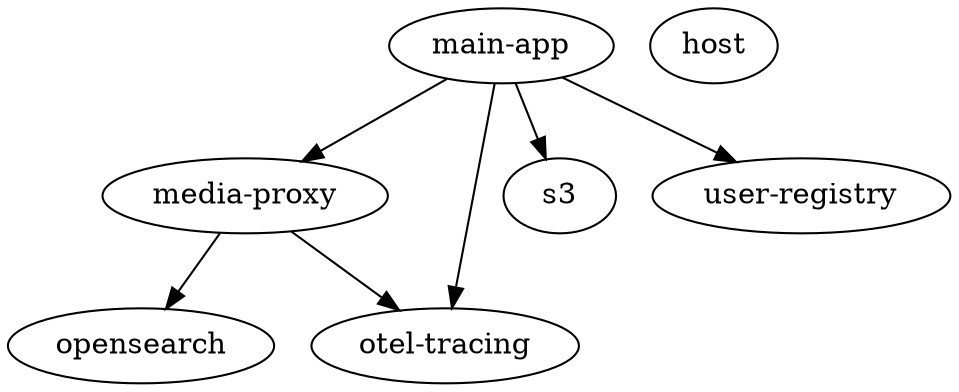
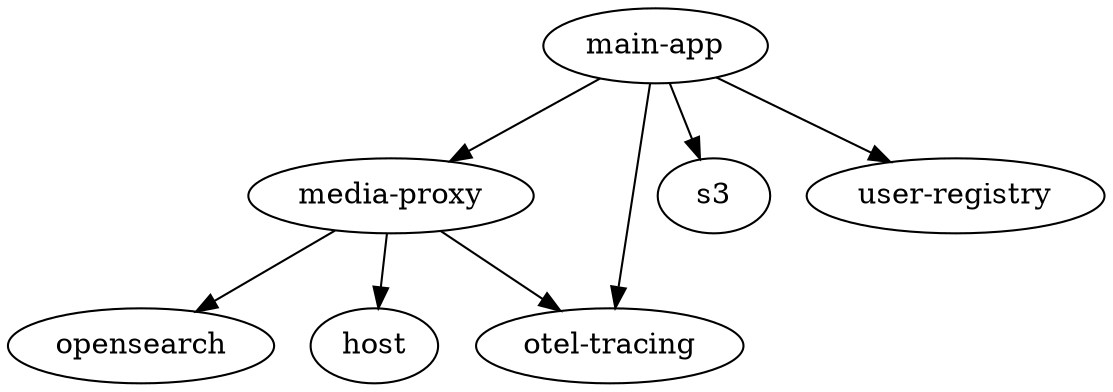
digraph
{
  "main-app"
  "media-proxy"
  "opensearch"
  "otel-tracing"
  "s3"
  "user-registry"
  "host"
  "main-app" -> "media-proxy"
  "main-app" -> "otel-tracing"
  "main-app" -> "s3"
  "main-app" -> "user-registry"
  "media-proxy" -> "opensearch"
  "media-proxy" -> "otel-tracing"
+   "media-proxy" -> "host"
}
